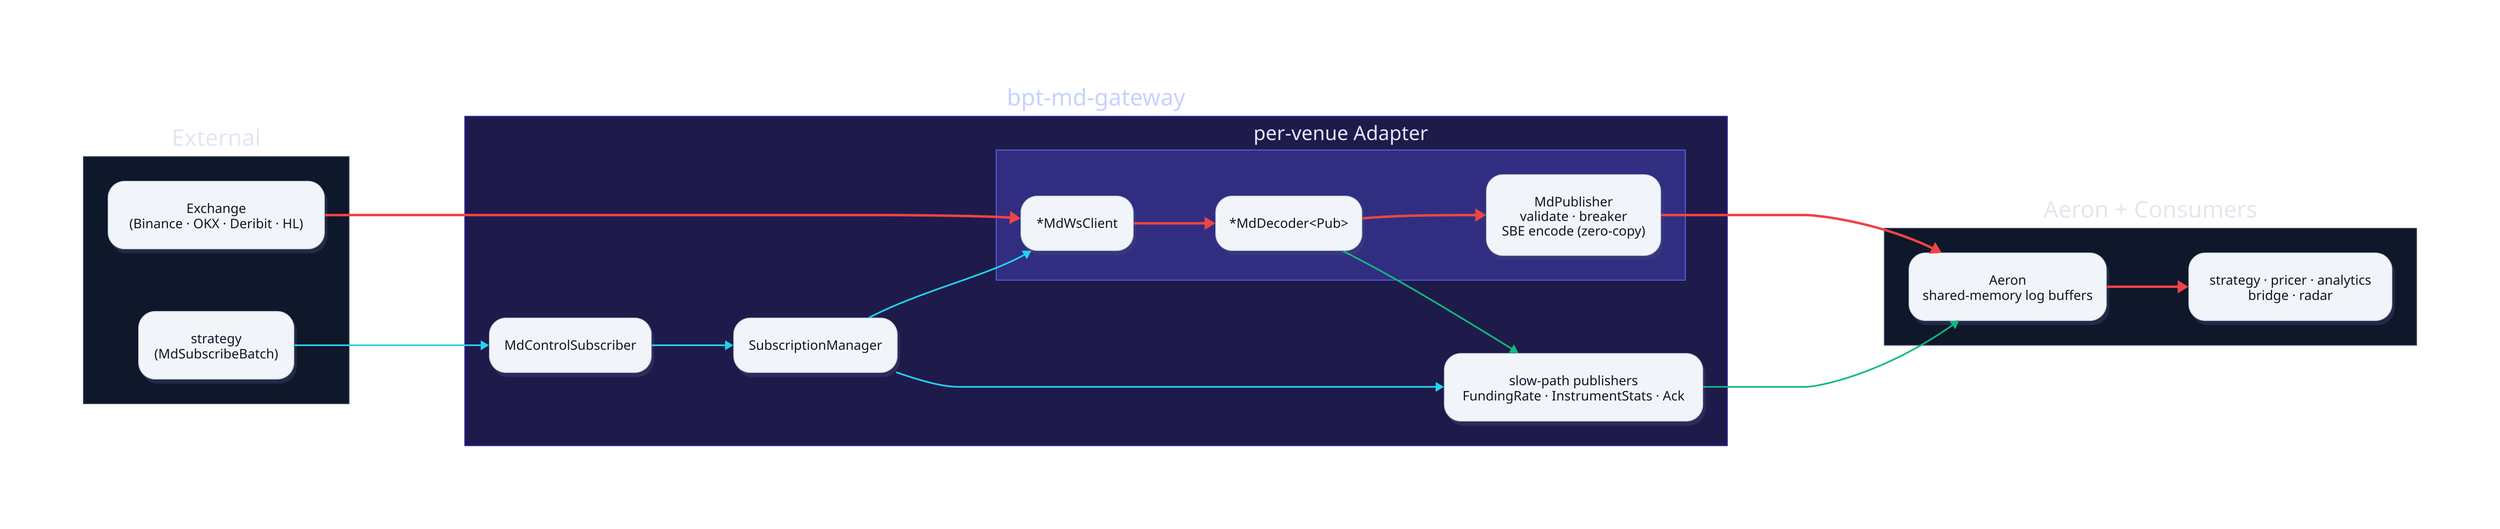
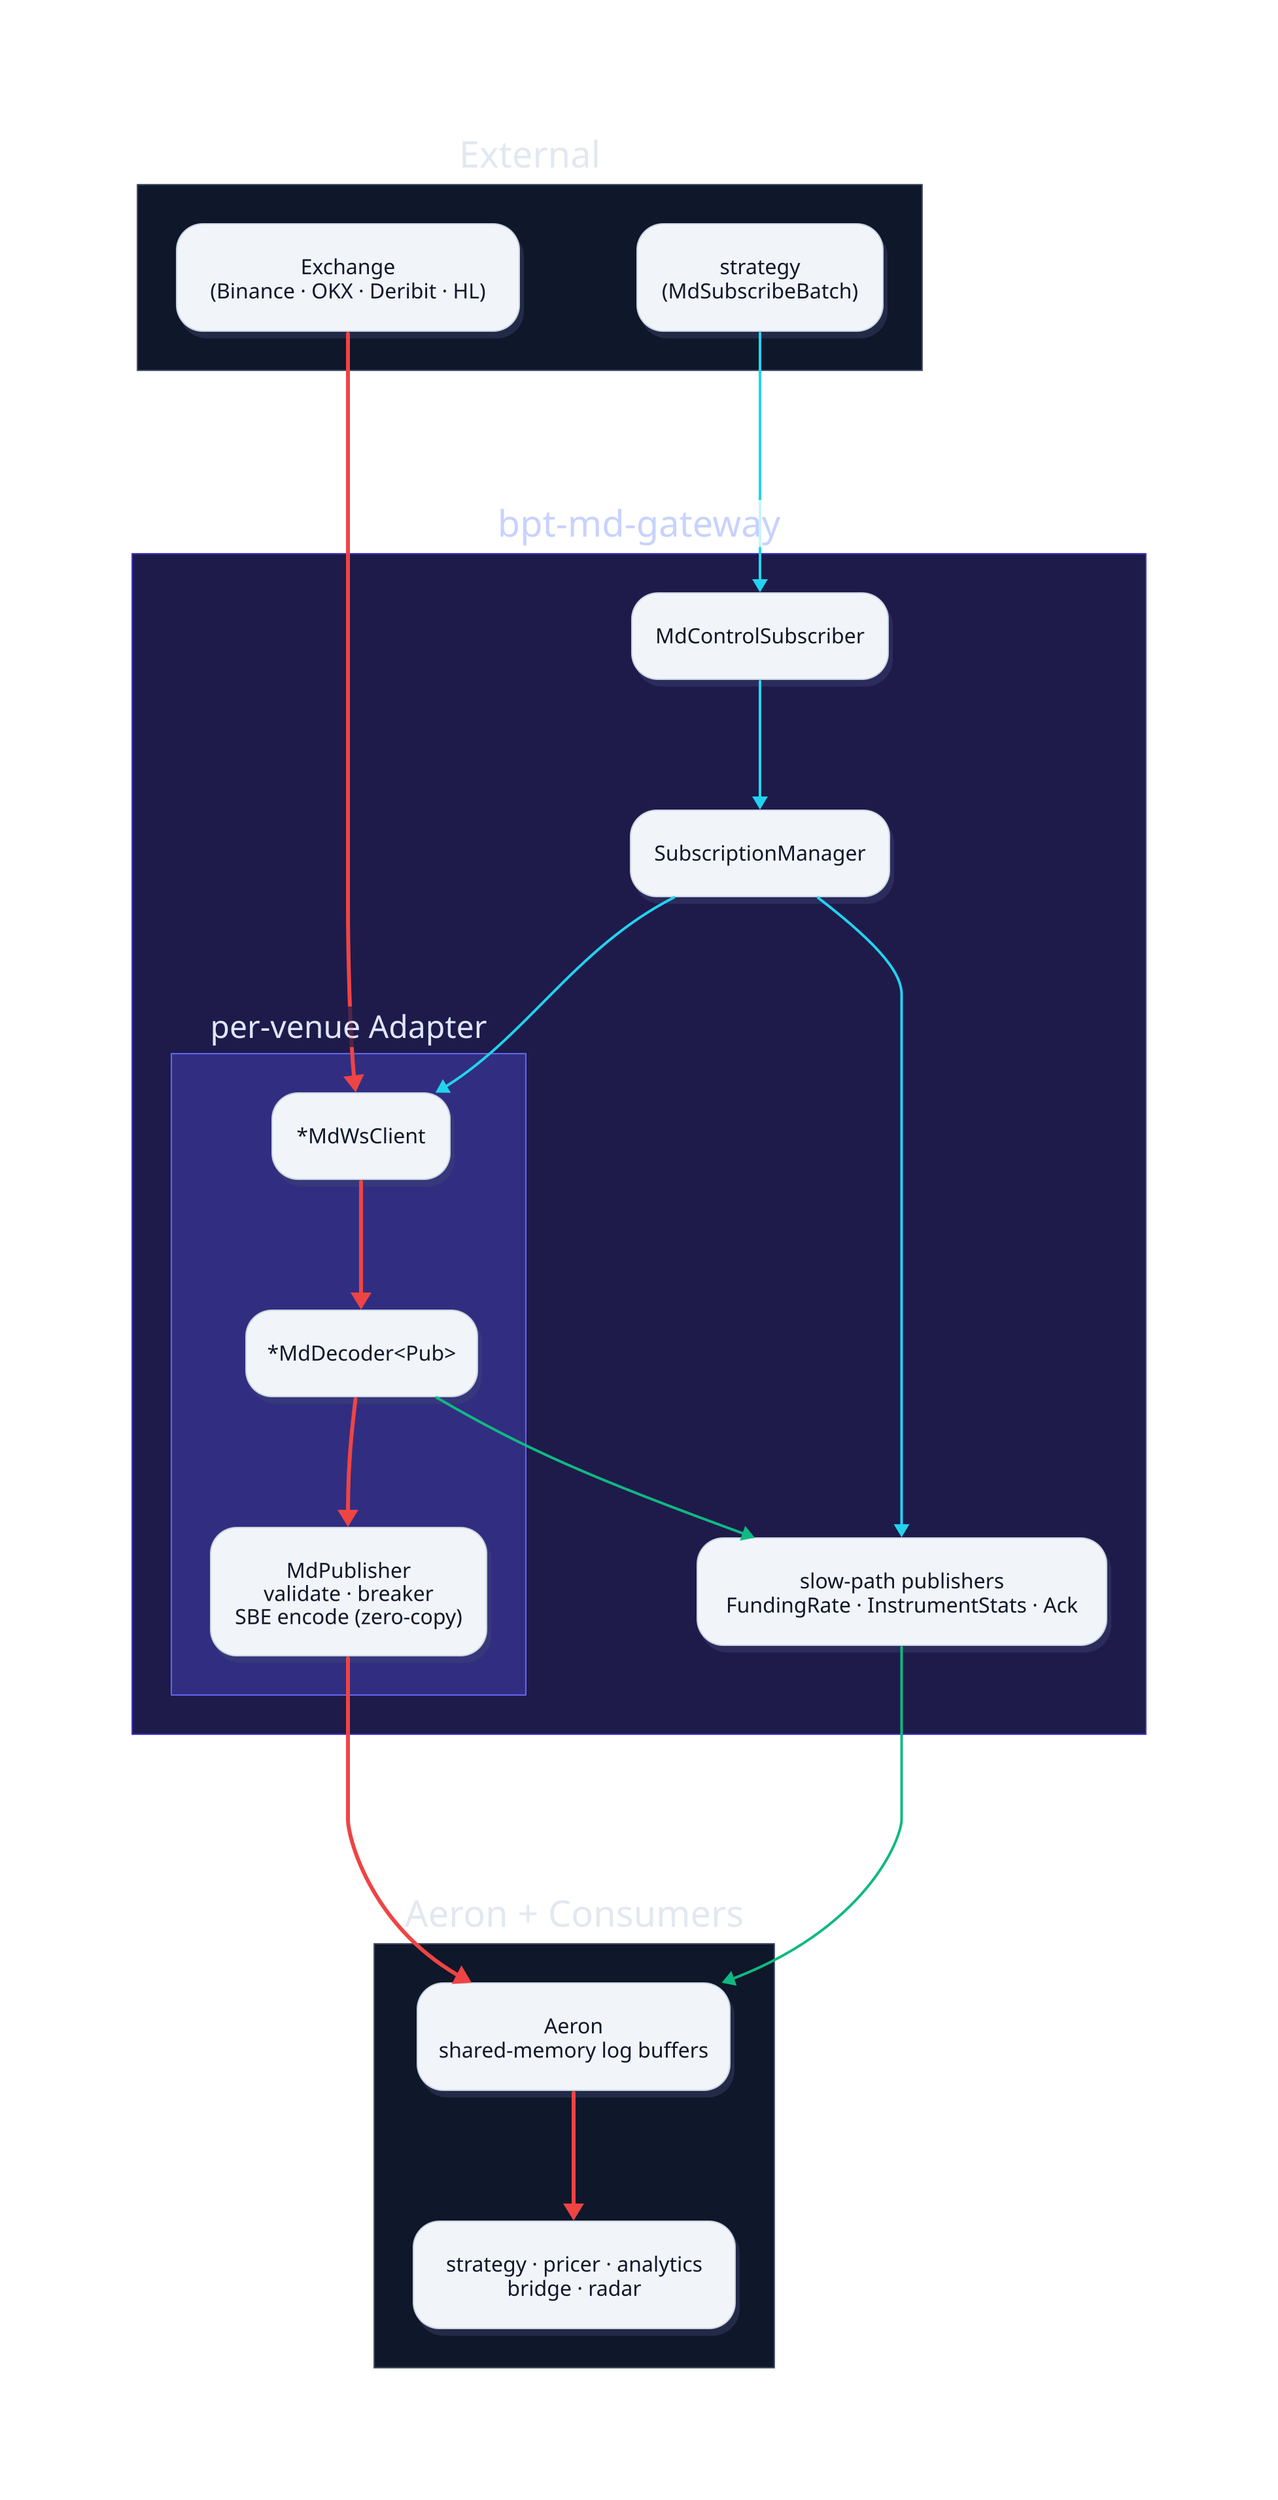
# bpt-md-gateway "at a glance" diagram
# Render: d2 --layout=elk at-a-glance.d2 at-a-glance.svg
# Source-of-truth — the .svg next to it is generated.

- direction: right
+ direction: down

classes: {
  card: {
    style: {
      fill: "#f1f5f9"
      stroke: "#cbd5e1"
      stroke-width: 1
      font-color: "#0f172a"
      shadow: true
      border-radius: 20
    }
  }
  swimlane-ext: {
    style: {
      fill: "#0f172a"
      stroke: "#475569"
      stroke-width: 1
      font-color: "#e2e8f0"
    }
  }
  swimlane-mdgw: {
    style: {
      fill: "#1e1b4b"
      stroke: "#4338ca"
      stroke-width: 1
      font-color: "#c7d2fe"
    }
  }
  swimlane-inner: {
    style: {
      fill: "#312e81"
      stroke: "#6366f1"
      stroke-width: 1
      font-color: "#e0e7ff"
    }
  }
  hot: {
    style: {
      stroke: "#ef4444"
      stroke-width: 3
    }
  }
  slow: {
    style: {
      stroke: "#10b981"
      stroke-width: 2
    }
  }
  control: {
    style: {
      stroke: "#22d3ee"
      stroke-width: 2
    }
  }
}

ext: External {
  class: swimlane-ext
  venue: "Exchange\n(Binance · OKX · Deribit · HL)" { class: card }
  strat: "strategy\n(MdSubscribeBatch)" { class: card }
}

mdgw: bpt-md-gateway {
  class: swimlane-mdgw

  adapter: "per-venue Adapter" {
    class: swimlane-inner
+     direction: right
    ws: "*MdWsClient" { class: card }
    decoder: "*MdDecoder<Pub>" { class: card }
    pub: "MdPublisher\nvalidate · breaker\nSBE encode (zero-copy)" { class: card }
  }

  ctrl: "MdControlSubscriber" { class: card }
  sm: "SubscriptionManager" { class: card }
  slow: "slow-path publishers\nFundingRate · InstrumentStats · Ack" { class: card }
}

right: "Aeron + Consumers" {
  class: swimlane-ext
  aeron: "Aeron\nshared-memory log buffers" { class: card }
  consumers: "strategy · pricer · analytics\nbridge · radar" { class: card }
}

# Hot tick path (red)
ext.venue -> mdgw.adapter.ws: { class: hot }
mdgw.adapter.ws -> mdgw.adapter.decoder: { class: hot }
mdgw.adapter.decoder -> mdgw.adapter.pub: { class: hot }
mdgw.adapter.pub -> right.aeron: { class: hot }
right.aeron -> right.consumers: { class: hot }

# Slow path (emerald)
mdgw.adapter.decoder -> mdgw.slow: { class: slow }
mdgw.slow -> right.aeron: { class: slow }

# Control / ack path (cyan)
ext.strat -> mdgw.ctrl: { class: control }
mdgw.ctrl -> mdgw.sm: { class: control }
mdgw.sm -> mdgw.adapter.ws: { class: control }
mdgw.sm -> mdgw.slow: { class: control }
